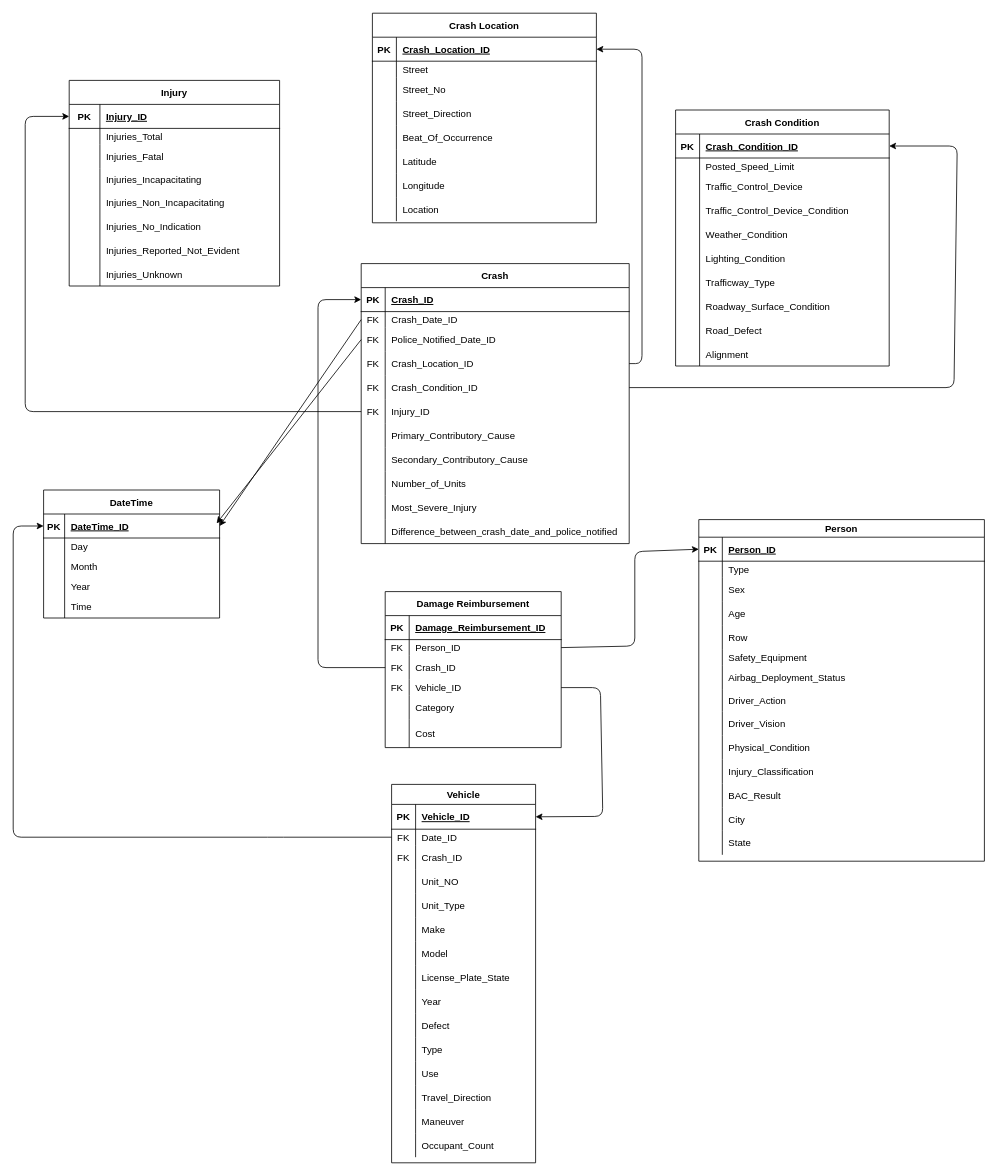
This is Data Warehouse Schema/DW Schema.drawio from SaraHoxha/lds-dw-modelling, a draw.io file, before an edit. Source tidied: cells renumbered, new cells numbered last; positions are measured from the earlier drawing's top-left corner, leaving out a move shared by most shapes. Both pictures are drawn from the tidied source at 80%, with x=0, y=0 at pixel (13, 13).
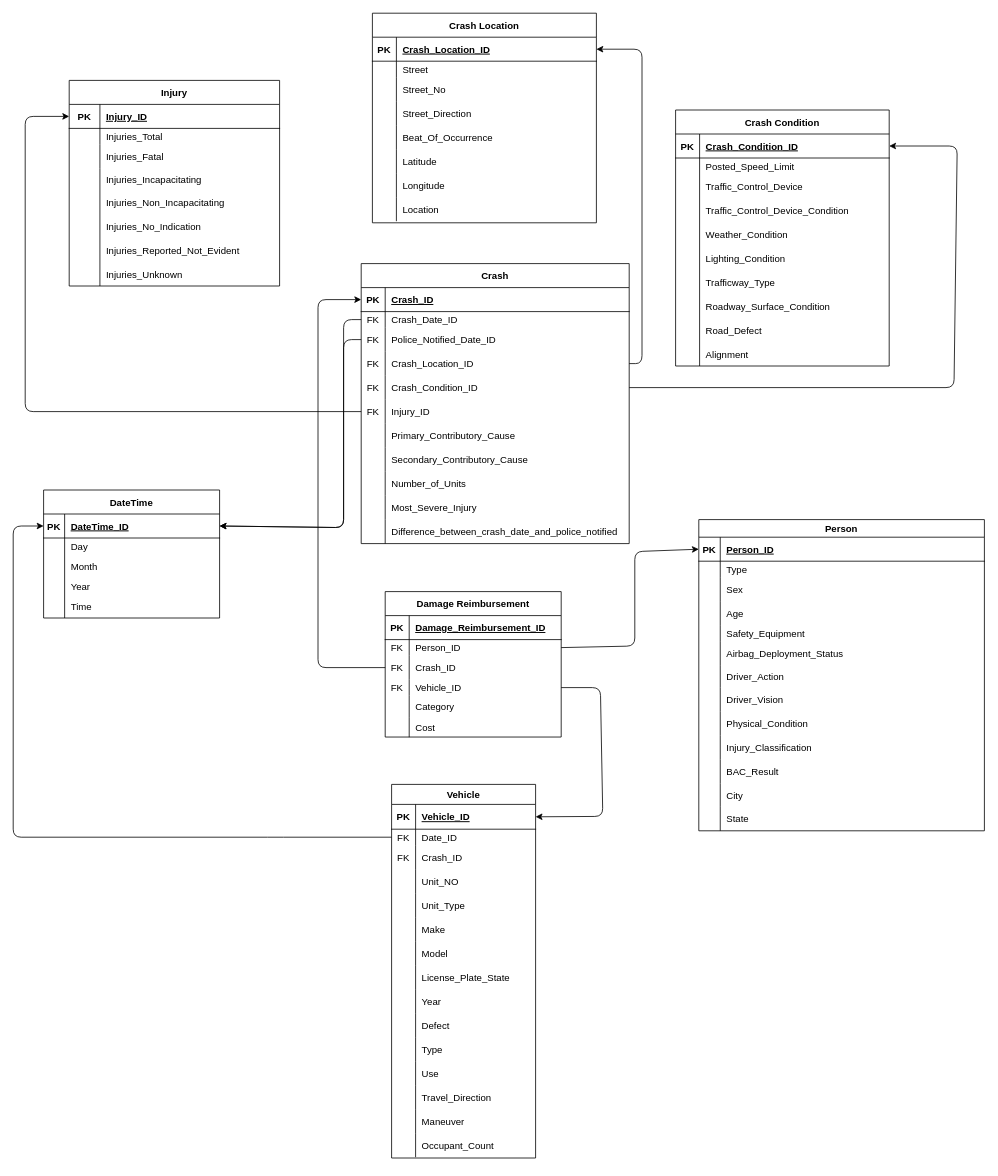
The same page after the edit.

Unchanged cells that the change refers to:
```xml
<mxCell id="3" style="shape=tableRow;horizontal=0;startSize=0;swimlaneHead=0;swimlaneBody=0;fillColor=none;points=[[0,0.5],[1,0.5]];portConstraint=eastwest;top=0;left=0;right=0;bottom=1;" parent="2" vertex="1">
  <mxGeometry y="22" width="357" height="30" as="geometry" />
</mxCell>
<mxCell id="6" style="shape=tableRow;horizontal=0;startSize=0;swimlaneHead=0;swimlaneBody=0;fillColor=none;top=0;left=0;right=0;bottom=0;" parent="2" vertex="1">
  <mxGeometry y="52" width="357" height="20" as="geometry" />
</mxCell>
<mxCell id="9" style="shape=tableRow;horizontal=0;startSize=0;swimlaneHead=0;swimlaneBody=0;fillColor=none;top=0;left=0;right=0;bottom=0;" parent="2" vertex="1">
  <mxGeometry y="72" width="357" height="30" as="geometry" />
</mxCell>
<mxCell id="12" style="shape=tableRow;horizontal=0;startSize=0;swimlaneHead=0;swimlaneBody=0;fillColor=none;top=0;left=0;right=0;bottom=0;" parent="2" vertex="1">
  <mxGeometry y="102" width="357" height="30" as="geometry" />
</mxCell>
<mxCell id="145" style="shape=tableRow;horizontal=0;startSize=0;swimlaneHead=0;swimlaneBody=0;fillColor=none;points=[[0,0.5],[1,0.5]];portConstraint=eastwest;top=0;left=0;right=0;bottom=0;" parent="141" vertex="1">
  <mxGeometry y="60" width="335" height="20" as="geometry" />
</mxCell>
<mxCell id="148" style="shape=tableRow;horizontal=0;startSize=0;swimlaneHead=0;swimlaneBody=0;fillColor=none;points=[[0,0.5],[1,0.5]];portConstraint=eastwest;top=0;left=0;right=0;bottom=0;" parent="141" vertex="1">
  <mxGeometry y="80" width="335" height="30" as="geometry" />
</mxCell>
<mxCell id="201" style="shape=tableRow;horizontal=0;startSize=0;swimlaneHead=0;swimlaneBody=0;fillColor=none;points=[[0,0.5],[1,0.5]];portConstraint=eastwest;top=0;left=0;right=0;bottom=1;" parent="200" vertex="1">
  <mxGeometry y="30" width="220" height="30" as="geometry" />
</mxCell>
```

The edit, as a diff of the source:
```diff
@@
     <mxCell id="2" value="Person" style="shape=table;startSize=22;childLayout=tableLayout;rowLines=0;fontStyle=1;align=center;" parent="1" vertex="1">
-      <mxGeometry x="857" y="633" width="357" height="427" as="geometry" />
+      <mxGeometry x="857" y="633" width="357" height="389" as="geometry" />
     </mxCell>
@@
     <mxCell id="4" value="PK" style="shape=partialRectangle;fillColor=none;top=0;left=0;bottom=0;right=0;fontStyle=1;overflow=hidden;" parent="3" vertex="1">
-      <mxGeometry width="29.4" height="30" as="geometry" />
+      <mxGeometry width="26.8" height="30" as="geometry" />
     </mxCell>
     <mxCell id="5" value="Person_ID" style="shape=partialRectangle;fillColor=none;top=0;left=0;bottom=0;right=0;align=left;spacingLeft=6;fontStyle=5;overflow=hidden;" parent="3" vertex="1">
-      <mxGeometry x="29.4" width="327.6" height="30" as="geometry" />
+      <mxGeometry x="26.8" width="330.2" height="30" as="geometry" />
     </mxCell>
@@
     <mxCell id="7" style="shape=partialRectangle;fillColor=none;top=0;left=0;bottom=0;right=0;overflow=hidden;" parent="6" vertex="1">
-      <mxGeometry width="29.4" height="20" as="geometry" />
+      <mxGeometry width="26.8" height="20" as="geometry" />
     </mxCell>
     <mxCell id="8" value="Type" style="shape=partialRectangle;fillColor=none;top=0;left=0;bottom=0;right=0;align=left;spacingLeft=6;overflow=hidden;" parent="6" vertex="1">
-      <mxGeometry x="29.4" width="327.6" height="20" as="geometry" />
+      <mxGeometry x="26.8" width="330.2" height="20" as="geometry" />
     </mxCell>
@@
     <mxCell id="10" style="shape=partialRectangle;fillColor=none;top=0;left=0;bottom=0;right=0;overflow=hidden;" parent="9" vertex="1">
-      <mxGeometry width="29.4" height="30" as="geometry" />
+      <mxGeometry width="26.8" height="30" as="geometry" />
     </mxCell>
     <mxCell id="11" value="Sex" style="shape=partialRectangle;fillColor=none;top=0;left=0;bottom=0;right=0;align=left;spacingLeft=6;overflow=hidden;" parent="9" vertex="1">
-      <mxGeometry x="29.4" width="327.6" height="30" as="geometry" />
+      <mxGeometry x="26.8" width="330.2" height="30" as="geometry" />
     </mxCell>
@@
     <mxCell id="13" style="shape=partialRectangle;fillColor=none;top=0;left=0;bottom=0;right=0;overflow=hidden;" parent="12" vertex="1">
-      <mxGeometry width="29.4" height="30" as="geometry" />
+      <mxGeometry width="26.8" height="30" as="geometry" />
     </mxCell>
     <mxCell id="14" value="Age" style="shape=partialRectangle;fillColor=none;top=0;left=0;bottom=0;right=0;align=left;spacingLeft=6;overflow=hidden;" parent="12" vertex="1">
-      <mxGeometry x="29.4" width="327.6" height="30" as="geometry" />
+      <mxGeometry x="26.8" width="330.2" height="30" as="geometry" />
     </mxCell>
-    <mxCell id="15" style="shape=tableRow;horizontal=0;startSize=0;swimlaneHead=0;swimlaneBody=0;fillColor=none;top=0;left=0;right=0;bottom=0;" parent="2" vertex="1">
-      <mxGeometry y="132" width="357" height="30" as="geometry" />
-    </mxCell>
-    <mxCell id="16" style="shape=partialRectangle;fillColor=none;top=0;left=0;bottom=0;right=0;overflow=hidden;" parent="15" vertex="1">
-      <mxGeometry width="29.4" height="30" as="geometry" />
-    </mxCell>
-    <mxCell id="17" value="Row" style="shape=partialRectangle;fillColor=none;top=0;left=0;bottom=0;right=0;align=left;spacingLeft=6;overflow=hidden;" parent="15" vertex="1">
-      <mxGeometry x="29.4" width="327.6" height="30" as="geometry" />
-    </mxCell>
     <mxCell id="18" style="shape=tableRow;horizontal=0;startSize=0;swimlaneHead=0;swimlaneBody=0;fillColor=none;top=0;left=0;right=0;bottom=0;" parent="2" vertex="1">
-      <mxGeometry y="162" width="357" height="20" as="geometry" />
+      <mxGeometry y="132" width="357" height="20" as="geometry" />
     </mxCell>
     <mxCell id="19" style="shape=partialRectangle;fillColor=none;top=0;left=0;bottom=0;right=0;overflow=hidden;" parent="18" vertex="1">
-      <mxGeometry width="29.4" height="20" as="geometry" />
+      <mxGeometry width="26.8" height="20" as="geometry" />
     </mxCell>
     <mxCell id="20" value="Safety_Equipment" style="shape=partialRectangle;fillColor=none;top=0;left=0;bottom=0;right=0;align=left;spacingLeft=6;overflow=hidden;" parent="18" vertex="1">
-      <mxGeometry x="29.4" width="327.6" height="20" as="geometry" />
+      <mxGeometry x="26.8" width="330.2" height="20" as="geometry" />
     </mxCell>
     <mxCell id="21" style="shape=tableRow;horizontal=0;startSize=0;swimlaneHead=0;swimlaneBody=0;fillColor=none;top=0;left=0;right=0;bottom=0;" parent="2" vertex="1">
-      <mxGeometry y="182" width="357" height="30" as="geometry" />
+      <mxGeometry y="152" width="357" height="30" as="geometry" />
     </mxCell>
     <mxCell id="22" style="shape=partialRectangle;fillColor=none;top=0;left=0;bottom=0;right=0;overflow=hidden;" parent="21" vertex="1">
-      <mxGeometry width="29.4" height="30" as="geometry" />
+      <mxGeometry width="26.8" height="30" as="geometry" />
     </mxCell>
     <mxCell id="23" value="Airbag_Deployment_Status" style="shape=partialRectangle;fillColor=none;top=0;left=0;bottom=0;right=0;align=left;spacingLeft=6;overflow=hidden;" parent="21" vertex="1">
-      <mxGeometry x="29.4" width="327.6" height="30" as="geometry" />
+      <mxGeometry x="26.8" width="330.2" height="30" as="geometry" />
     </mxCell>
     <mxCell id="24" style="shape=tableRow;horizontal=0;startSize=0;swimlaneHead=0;swimlaneBody=0;fillColor=none;top=0;left=0;right=0;bottom=0;" parent="2" vertex="1">
-      <mxGeometry y="212" width="357" height="28" as="geometry" />
+      <mxGeometry y="182" width="357" height="28" as="geometry" />
     </mxCell>
     <mxCell id="25" style="shape=partialRectangle;fillColor=none;top=0;left=0;bottom=0;right=0;overflow=hidden;" parent="24" vertex="1">
-      <mxGeometry width="29.4" height="28" as="geometry" />
+      <mxGeometry width="26.8" height="28" as="geometry" />
     </mxCell>
     <mxCell id="26" value="Driver_Action" style="shape=partialRectangle;fillColor=none;top=0;left=0;bottom=0;right=0;align=left;spacingLeft=6;overflow=hidden;" parent="24" vertex="1">
-      <mxGeometry x="29.4" width="327.6" height="28" as="geometry" />
+      <mxGeometry x="26.8" width="330.2" height="28" as="geometry" />
     </mxCell>
     <mxCell id="27" style="shape=tableRow;horizontal=0;startSize=0;swimlaneHead=0;swimlaneBody=0;fillColor=none;top=0;left=0;right=0;bottom=0;" parent="2" vertex="1">
-      <mxGeometry y="240" width="357" height="30" as="geometry" />
+      <mxGeometry y="210" width="357" height="30" as="geometry" />
     </mxCell>
     <mxCell id="28" style="shape=partialRectangle;fillColor=none;top=0;left=0;bottom=0;right=0;overflow=hidden;" parent="27" vertex="1">
-      <mxGeometry width="29.4" height="30" as="geometry" />
+      <mxGeometry width="26.8" height="30" as="geometry" />
     </mxCell>
     <mxCell id="29" value="Driver_Vision" style="shape=partialRectangle;fillColor=none;top=0;left=0;bottom=0;right=0;align=left;spacingLeft=6;overflow=hidden;" parent="27" vertex="1">
-      <mxGeometry x="29.4" width="327.6" height="30" as="geometry" />
+      <mxGeometry x="26.8" width="330.2" height="30" as="geometry" />
     </mxCell>
     <mxCell id="30" style="shape=tableRow;horizontal=0;startSize=0;swimlaneHead=0;swimlaneBody=0;fillColor=none;top=0;left=0;right=0;bottom=0;" parent="2" vertex="1">
-      <mxGeometry y="270" width="357" height="30" as="geometry" />
+      <mxGeometry y="240" width="357" height="30" as="geometry" />
     </mxCell>
     <mxCell id="31" style="shape=partialRectangle;fillColor=none;top=0;left=0;bottom=0;right=0;overflow=hidden;" parent="30" vertex="1">
-      <mxGeometry width="29.4" height="30" as="geometry" />
+      <mxGeometry width="26.8" height="30" as="geometry" />
     </mxCell>
     <mxCell id="32" value="Physical_Condition" style="shape=partialRectangle;fillColor=none;top=0;left=0;bottom=0;right=0;align=left;spacingLeft=6;overflow=hidden;" parent="30" vertex="1">
-      <mxGeometry x="29.4" width="327.6" height="30" as="geometry" />
+      <mxGeometry x="26.8" width="330.2" height="30" as="geometry" />
     </mxCell>
     <mxCell id="33" style="shape=tableRow;horizontal=0;startSize=0;swimlaneHead=0;swimlaneBody=0;fillColor=none;top=0;left=0;right=0;bottom=0;" parent="2" vertex="1">
-      <mxGeometry y="300" width="357" height="30" as="geometry" />
+      <mxGeometry y="270" width="357" height="30" as="geometry" />
     </mxCell>
     <mxCell id="34" style="shape=partialRectangle;fillColor=none;top=0;left=0;bottom=0;right=0;overflow=hidden;" parent="33" vertex="1">
-      <mxGeometry width="29.4" height="30" as="geometry" />
+      <mxGeometry width="26.8" height="30" as="geometry" />
     </mxCell>
     <mxCell id="35" value="Injury_Classification" style="shape=partialRectangle;fillColor=none;top=0;left=0;bottom=0;right=0;align=left;spacingLeft=6;overflow=hidden;" parent="33" vertex="1">
-      <mxGeometry x="29.4" width="327.6" height="30" as="geometry" />
+      <mxGeometry x="26.8" width="330.2" height="30" as="geometry" />
     </mxCell>
     <mxCell id="36" style="shape=tableRow;horizontal=0;startSize=0;swimlaneHead=0;swimlaneBody=0;fillColor=none;top=0;left=0;right=0;bottom=0;" parent="2" vertex="1">
-      <mxGeometry y="330" width="357" height="30" as="geometry" />
+      <mxGeometry y="300" width="357" height="30" as="geometry" />
     </mxCell>
     <mxCell id="37" style="shape=partialRectangle;fillColor=none;top=0;left=0;bottom=0;right=0;overflow=hidden;" parent="36" vertex="1">
-      <mxGeometry width="29.4" height="30" as="geometry" />
+      <mxGeometry width="26.8" height="30" as="geometry" />
     </mxCell>
     <mxCell id="38" value="BAC_Result" style="shape=partialRectangle;fillColor=none;top=0;left=0;bottom=0;right=0;align=left;spacingLeft=6;overflow=hidden;" parent="36" vertex="1">
-      <mxGeometry x="29.4" width="327.6" height="30" as="geometry" />
+      <mxGeometry x="26.8" width="330.2" height="30" as="geometry" />
     </mxCell>
     <mxCell id="39" style="shape=tableRow;horizontal=0;startSize=0;swimlaneHead=0;swimlaneBody=0;fillColor=none;top=0;left=0;right=0;bottom=0;" parent="2" vertex="1">
-      <mxGeometry y="360" width="357" height="29" as="geometry" />
+      <mxGeometry y="330" width="357" height="29" as="geometry" />
     </mxCell>
     <mxCell id="40" style="shape=partialRectangle;fillColor=none;top=0;left=0;bottom=0;right=0;overflow=hidden;" parent="39" vertex="1">
-      <mxGeometry width="29.4" height="29" as="geometry" />
+      <mxGeometry width="26.8" height="29" as="geometry" />
     </mxCell>
     <mxCell id="41" value="City" style="shape=partialRectangle;fillColor=none;top=0;left=0;bottom=0;right=0;align=left;spacingLeft=6;overflow=hidden;" parent="39" vertex="1">
-      <mxGeometry x="29.4" width="327.6" height="29" as="geometry" />
+      <mxGeometry x="26.8" width="330.2" height="29" as="geometry" />
     </mxCell>
     <mxCell id="42" style="shape=tableRow;horizontal=0;startSize=0;swimlaneHead=0;swimlaneBody=0;fillColor=none;top=0;left=0;right=0;bottom=0;" parent="2" vertex="1">
-      <mxGeometry y="389" width="357" height="30" as="geometry" />
+      <mxGeometry y="359" width="357" height="30" as="geometry" />
     </mxCell>
     <mxCell id="43" style="shape=partialRectangle;fillColor=none;top=0;left=0;bottom=0;right=0;fontStyle=0;overflow=hidden;" parent="42" vertex="1">
-      <mxGeometry width="29.4" height="30" as="geometry" />
+      <mxGeometry width="26.8" height="30" as="geometry" />
     </mxCell>
     <mxCell id="44" value="State" style="shape=partialRectangle;fillColor=none;top=0;left=0;bottom=0;right=0;align=left;spacingLeft=6;fontStyle=0;overflow=hidden;" parent="42" vertex="1">
-      <mxGeometry x="29.4" width="327.6" height="30" as="geometry" />
+      <mxGeometry x="26.8" width="330.2" height="30" as="geometry" />
     </mxCell>
@@
     <mxCell id="76" value="Damage Reimbursement" style="shape=table;startSize=30;childLayout=tableLayout;rowLines=0;fontStyle=1;align=center;" parent="1" vertex="1">
-      <mxGeometry x="465" y="723" width="220" height="195" as="geometry" />
+      <mxGeometry x="465" y="723" width="220" height="181.8" as="geometry" />
     </mxCell>
@@
     <mxCell id="89" style="shape=tableRow;horizontal=0;startSize=0;swimlaneHead=0;swimlaneBody=0;fillColor=none;top=0;left=0;right=0;bottom=0;" parent="76" vertex="1">
-      <mxGeometry y="130" width="220" height="30" as="geometry" />
+      <mxGeometry y="130" width="220" height="27" as="geometry" />
     </mxCell>
     <mxCell id="90" style="shape=partialRectangle;fillColor=none;top=0;left=0;bottom=0;right=0;overflow=hidden;" parent="89" vertex="1">
-      <mxGeometry width="30" height="30" as="geometry" />
+      <mxGeometry width="30" height="27" as="geometry" />
     </mxCell>
     <mxCell id="91" value="Category" style="shape=partialRectangle;fillColor=none;top=0;left=0;bottom=0;right=0;align=left;spacingLeft=6;overflow=hidden;" parent="89" vertex="1">
-      <mxGeometry x="30" width="190" height="30" as="geometry" />
+      <mxGeometry x="30" width="190" height="27" as="geometry" />
     </mxCell>
     <mxCell id="92" style="shape=tableRow;horizontal=0;startSize=0;swimlaneHead=0;swimlaneBody=0;fillColor=none;top=0;left=0;right=0;bottom=0;" parent="76" vertex="1">
-      <mxGeometry y="160" width="220" height="35" as="geometry" />
+      <mxGeometry y="157" width="220" height="25" as="geometry" />
     </mxCell>
     <mxCell id="93" style="shape=partialRectangle;fillColor=none;top=0;left=0;bottom=0;right=0;overflow=hidden;" parent="92" vertex="1">
-      <mxGeometry width="30" height="35" as="geometry" />
+      <mxGeometry width="30" height="25" as="geometry" />
     </mxCell>
     <mxCell id="94" value="Cost" style="shape=partialRectangle;fillColor=none;top=0;left=0;bottom=0;right=0;align=left;spacingLeft=6;overflow=hidden;" parent="92" vertex="1">
-      <mxGeometry x="30" width="190" height="35" as="geometry" />
+      <mxGeometry x="30" width="190" height="25" as="geometry" />
     </mxCell>
     <mxCell id="95" value="Vehicle" style="shape=table;startSize=25;childLayout=tableLayout;rowLines=0;fontStyle=1;align=center;" parent="1" vertex="1">
-      <mxGeometry x="473" y="964" width="180" height="473" as="geometry" />
+      <mxGeometry x="473" y="964" width="180" height="467" as="geometry" />
     </mxCell>
@@
     <mxCell id="248" style="edgeStyle=none;html=1;exitX=0;exitY=0.5;exitDx=0;exitDy=0;entryX=1;entryY=0.5;entryDx=0;entryDy=0;" parent="1" edge="1" source="145" target="201">
-      <mxGeometry relative="1" as="geometry" />
+      <mxGeometry relative="1" as="geometry">
+        <Array as="points">
+          <mxPoint x="413" y="383" />
+          <mxPoint x="413" y="643" />
+        </Array>
+      </mxGeometry>
     </mxCell>
-    <mxCell id="249" style="edgeStyle=none;html=1;exitX=0;exitY=0.5;exitDx=0;exitDy=0;" parent="1" edge="1" source="148">
+    <mxCell id="249" style="edgeStyle=none;html=1;entryX=1;entryY=0.5;entryDx=0;entryDy=0;" parent="1" edge="1" target="201">
       <mxGeometry relative="1" as="geometry">
-        <mxPoint x="254.3" y="637.7" as="targetPoint" />
+        <mxPoint x="435" y="408" as="sourcePoint" />
+        <Array as="points">
+          <mxPoint x="413" y="408" />
+          <mxPoint x="413" y="643" />
+        </Array>
       </mxGeometry>
     </mxCell>
```
